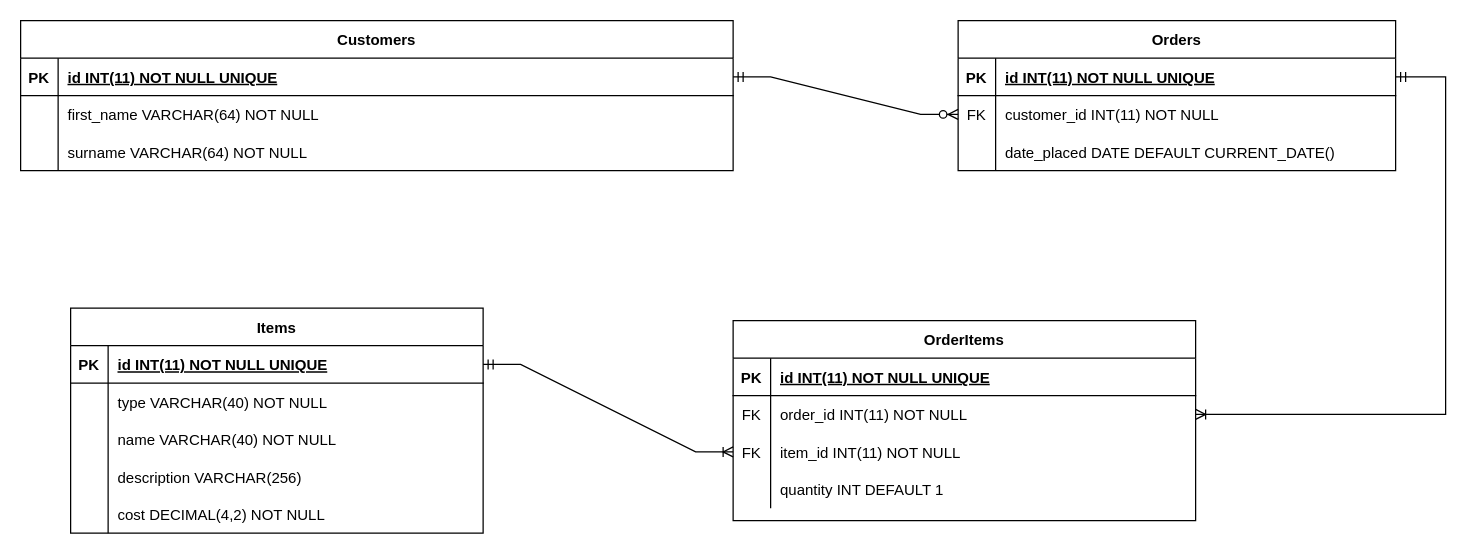
The draw.io diagram Documentation/IMS ERD.drawio in Callum-Robinson/Cal-IMS-Project, before the edit. Source tidied: cells renumbered, new cells numbered last; positions are measured from the earlier drawing's top-left corner, leaving out a move shared by most shapes. Both pictures are drawn from the tidied source at 125%, with x=0, y=0 at pixel (20, 20).
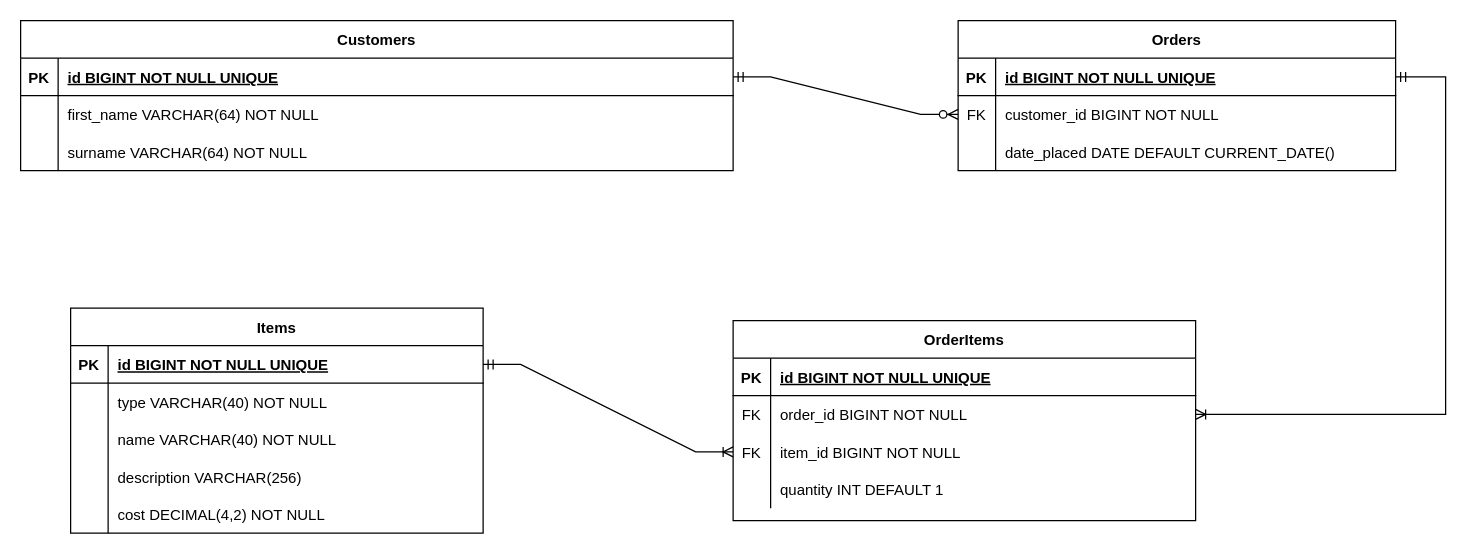
After the change.

Commit message (it also covers changes not shown here):
IP-20 updated the model from result set method and readLatest method in the order DAO by using a OrderItem DAO

The change refers to these unchanged cells:
```xml
<mxCell id="3" style="shape=partialRectangle;fillColor=none;points=[[0,0.5],[1,0.5]];portConstraint=eastwest;top=0;left=0;right=0;bottom=1;" parent="2" vertex="1">
  <mxGeometry y="30" width="570" height="30" as="geometry" />
</mxCell>
<mxCell id="13" style="shape=tableRow;horizontal=0;startSize=0;swimlaneHead=0;swimlaneBody=0;fillColor=none;points=[[0,0.5],[1,0.5]];portConstraint=eastwest;top=0;left=0;right=0;bottom=1;" parent="12" vertex="1">
  <mxGeometry y="30" width="330" height="30" as="geometry" />
</mxCell>
<mxCell id="29" style="shape=tableRow;horizontal=0;startSize=0;swimlaneHead=0;swimlaneBody=0;fillColor=none;top=0;left=0;right=0;bottom=1;" parent="28" vertex="1">
  <mxGeometry y="30" width="370" height="30" as="geometry" />
</mxCell>
<mxCell id="32" style="shape=tableRow;horizontal=0;startSize=0;swimlaneHead=0;swimlaneBody=0;fillColor=none;points=[[0,0.5],[1,0.5]];portConstraint=eastwest;top=0;left=0;right=0;bottom=0;" parent="28" vertex="1">
  <mxGeometry y="60" width="370" height="30" as="geometry" />
</mxCell>
<mxCell id="35" style="shape=tableRow;horizontal=0;startSize=0;swimlaneHead=0;swimlaneBody=0;fillColor=none;points=[[0,0.5],[1,0.5]];portConstraint=eastwest;top=0;left=0;right=0;bottom=0;" parent="28" vertex="1">
  <mxGeometry y="90" width="370" height="30" as="geometry" />
</mxCell>
<mxCell id="42" style="shape=tableRow;horizontal=0;startSize=0;swimlaneHead=0;swimlaneBody=0;fillColor=none;points=[[0,0.5],[1,0.5]];portConstraint=eastwest;top=0;left=0;right=0;bottom=1;" parent="41" vertex="1">
  <mxGeometry y="30" width="350" height="30" as="geometry" />
</mxCell>
<mxCell id="45" style="shape=tableRow;horizontal=0;startSize=0;swimlaneHead=0;swimlaneBody=0;fillColor=none;points=[[0,0.5],[1,0.5]];portConstraint=eastwest;top=0;left=0;right=0;bottom=0;" parent="41" vertex="1">
  <mxGeometry y="60" width="350" height="30" as="geometry" />
</mxCell>
```

Diff of the diagram source:
```diff
@@
-    <mxCell id="5" value="id INT(11) NOT NULL UNIQUE" style="shape=partialRectangle;overflow=hidden;fillColor=none;top=0;left=0;bottom=0;right=0;align=left;spacingLeft=6;fontStyle=5;" parent="3" vertex="1">
+    <mxCell id="5" value="id BIGINT NOT NULL UNIQUE" style="shape=partialRectangle;overflow=hidden;fillColor=none;top=0;left=0;bottom=0;right=0;align=left;spacingLeft=6;fontStyle=5;" parent="3" vertex="1">
       <mxGeometry x="30" width="540" height="30" as="geometry" />
     </mxCell>
@@
-    <mxCell id="15" value="id INT(11) NOT NULL UNIQUE" style="shape=partialRectangle;fillColor=none;top=0;left=0;bottom=0;right=0;align=left;spacingLeft=6;fontStyle=5;overflow=hidden;" parent="13" vertex="1">
+    <mxCell id="15" value="id BIGINT NOT NULL UNIQUE" style="shape=partialRectangle;fillColor=none;top=0;left=0;bottom=0;right=0;align=left;spacingLeft=6;fontStyle=5;overflow=hidden;" parent="13" vertex="1">
       <mxGeometry x="30" width="300" height="30" as="geometry" />
     </mxCell>
@@
-    <mxCell id="31" value="id INT(11) NOT NULL UNIQUE" style="shape=partialRectangle;fillColor=none;top=0;left=0;bottom=0;right=0;align=left;spacingLeft=6;fontStyle=5;overflow=hidden;" parent="29" vertex="1">
+    <mxCell id="31" value="id BIGINT NOT NULL UNIQUE" style="shape=partialRectangle;fillColor=none;top=0;left=0;bottom=0;right=0;align=left;spacingLeft=6;fontStyle=5;overflow=hidden;" parent="29" vertex="1">
       <mxGeometry x="30" width="340" height="30" as="geometry" />
     </mxCell>
@@
-    <mxCell id="34" value="order_id INT(11) NOT NULL" style="shape=partialRectangle;fillColor=none;top=0;left=0;bottom=0;right=0;align=left;spacingLeft=6;overflow=hidden;" parent="32" vertex="1">
+    <mxCell id="34" value="order_id BIGINT NOT NULL" style="shape=partialRectangle;fillColor=none;top=0;left=0;bottom=0;right=0;align=left;spacingLeft=6;overflow=hidden;" parent="32" vertex="1">
       <mxGeometry x="30" width="340" height="30" as="geometry" />
     </mxCell>
@@
-    <mxCell id="37" value="item_id INT(11) NOT NULL" style="shape=partialRectangle;fillColor=none;top=0;left=0;bottom=0;right=0;align=left;spacingLeft=6;overflow=hidden;" parent="35" vertex="1">
+    <mxCell id="37" value="item_id BIGINT NOT NULL" style="shape=partialRectangle;fillColor=none;top=0;left=0;bottom=0;right=0;align=left;spacingLeft=6;overflow=hidden;" parent="35" vertex="1">
       <mxGeometry x="30" width="340" height="30" as="geometry" />
     </mxCell>
@@
-    <mxCell id="44" value="id INT(11) NOT NULL UNIQUE" style="shape=partialRectangle;fillColor=none;top=0;left=0;bottom=0;right=0;align=left;spacingLeft=6;fontStyle=5;overflow=hidden;" parent="42" vertex="1">
+    <mxCell id="44" value="id BIGINT NOT NULL UNIQUE" style="shape=partialRectangle;fillColor=none;top=0;left=0;bottom=0;right=0;align=left;spacingLeft=6;fontStyle=5;overflow=hidden;" parent="42" vertex="1">
       <mxGeometry x="30" width="320" height="30" as="geometry" />
     </mxCell>
@@
-    <mxCell id="47" value="customer_id INT(11) NOT NULL" style="shape=partialRectangle;fillColor=none;top=0;left=0;bottom=0;right=0;align=left;spacingLeft=6;overflow=hidden;" parent="45" vertex="1">
+    <mxCell id="47" value="customer_id BIGINT NOT NULL" style="shape=partialRectangle;fillColor=none;top=0;left=0;bottom=0;right=0;align=left;spacingLeft=6;overflow=hidden;" parent="45" vertex="1">
       <mxGeometry x="30" width="320" height="30" as="geometry" />
     </mxCell>
```
